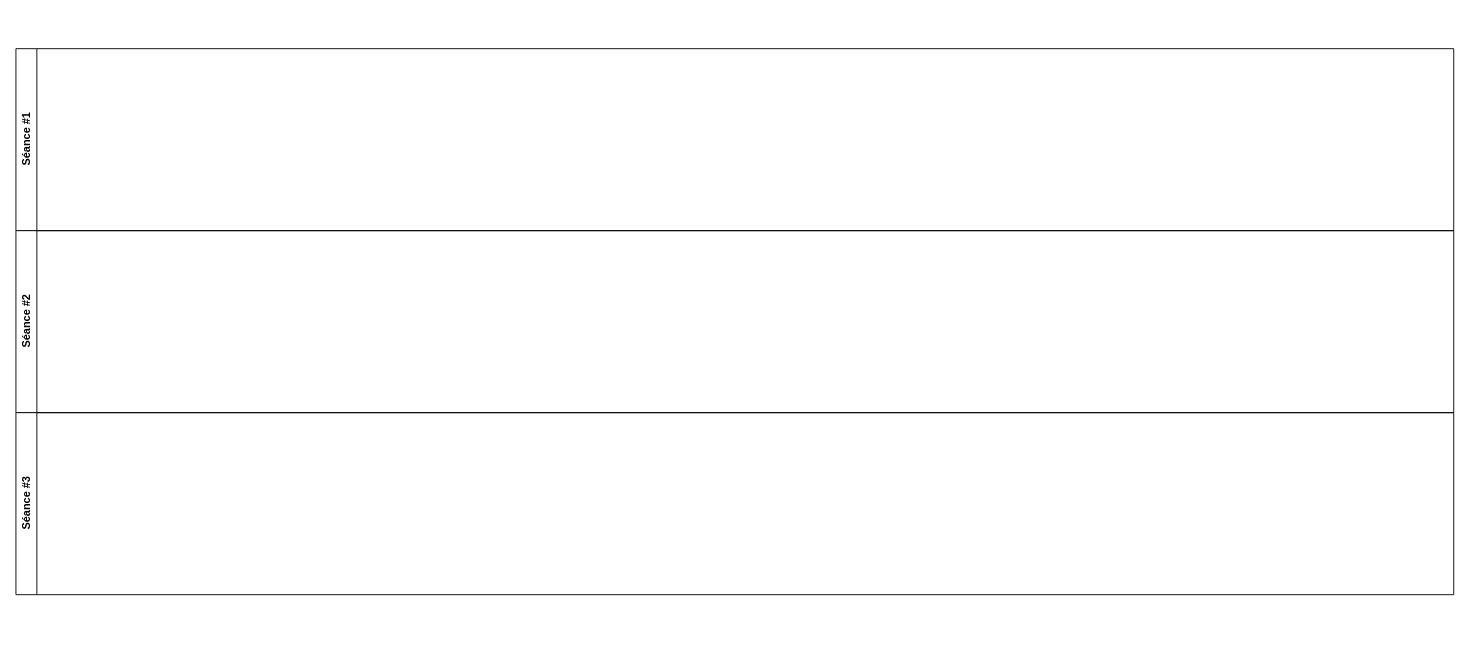
Fabrice-64/Drawings keeps this draw.io diagram as page "Economie des séances" (3 of 3) of Cours IA et RH.drawio. Above is the earlier version. Source tidied: cells renumbered, new cells numbered last; positions are measured from the earlier drawing's top-left corner, leaving out a move shared by most shapes. Both pictures are drawn from the tidied source at 91%, with x=0, y=0 at pixel (15, 48).
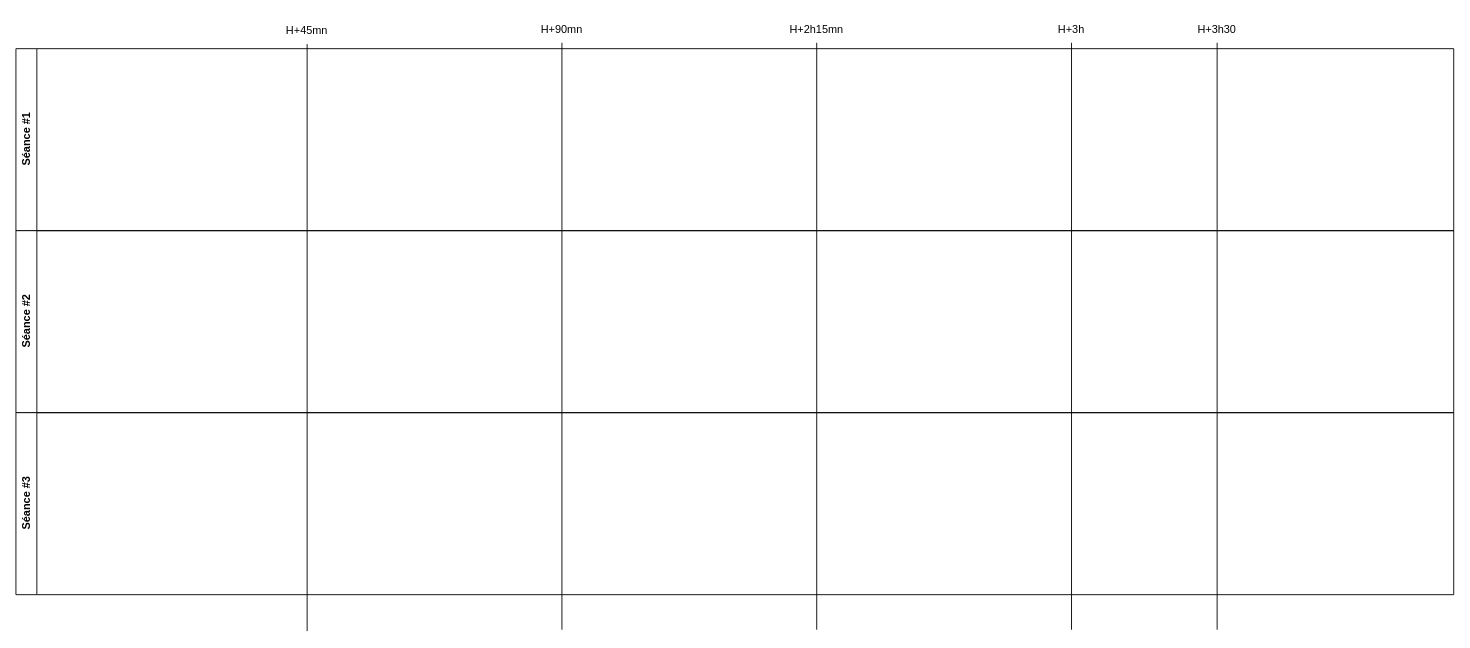
Above is the later version.

What changed in the source:
```diff
@@
 <mxGraphModel>
   <root>
     <mxCell id="0" />
     <mxCell id="1" parent="0" />
     <mxCell id="2" value="Séance #1" style="swimlane;horizontal=0;whiteSpace=wrap;html=1;" parent="1" vertex="1">
       <mxGeometry width="1580" height="200" as="geometry" />
     </mxCell>
+    <mxCell id="5" style="endArrow=none;html=1;rounded=0;" parent="2" edge="1" target="6">
+      <mxGeometry relative="1" as="geometry">
+        <mxPoint x="600" y="638.5" as="sourcePoint" />
+      </mxGeometry>
+    </mxCell>
+    <mxCell id="6" value="H+90mn" style="text;html=1;align=center;verticalAlign=middle;whiteSpace=wrap;rounded=0;" parent="2" vertex="1">
+      <mxGeometry x="570" y="-36.5" width="60" height="30" as="geometry" />
+    </mxCell>
+    <mxCell id="7" style="endArrow=none;html=1;rounded=0;" parent="2" edge="1" target="8">
+      <mxGeometry relative="1" as="geometry">
+        <mxPoint x="880" y="638.5" as="sourcePoint" />
+      </mxGeometry>
+    </mxCell>
+    <mxCell id="8" value="H+2h15mn" style="text;html=1;align=center;verticalAlign=middle;whiteSpace=wrap;rounded=0;" parent="2" vertex="1">
+      <mxGeometry x="850" y="-36.5" width="60" height="30" as="geometry" />
+    </mxCell>
+    <mxCell id="9" value="H+3h" style="text;html=1;align=center;verticalAlign=middle;whiteSpace=wrap;rounded=0;" parent="2" vertex="1">
+      <mxGeometry x="1130" y="-36.5" width="60" height="30" as="geometry" />
+    </mxCell>
+    <mxCell id="10" style="endArrow=none;html=1;rounded=0;" parent="2" edge="1" target="9">
+      <mxGeometry relative="1" as="geometry">
+        <mxPoint x="1160" y="638.5" as="sourcePoint" />
+      </mxGeometry>
+    </mxCell>
+    <mxCell id="11" value="H+3h30" style="text;html=1;align=center;verticalAlign=middle;whiteSpace=wrap;rounded=0;" parent="2" vertex="1">
+      <mxGeometry x="1290" y="-36.5" width="60" height="30" as="geometry" />
+    </mxCell>
+    <mxCell id="12" style="endArrow=none;html=1;rounded=0;" parent="2" edge="1" target="11">
+      <mxGeometry relative="1" as="geometry">
+        <mxPoint x="1320" y="638.5" as="sourcePoint" />
+      </mxGeometry>
+    </mxCell>
     <mxCell id="3" value="Séance #2" style="swimlane;horizontal=0;whiteSpace=wrap;html=1;" parent="1" vertex="1">
       <mxGeometry y="200" width="1580" height="200" as="geometry" />
     </mxCell>
     <mxCell id="4" value="Séance #3" style="swimlane;horizontal=0;whiteSpace=wrap;html=1;" parent="1" vertex="1">
       <mxGeometry y="400" width="1580" height="200" as="geometry" />
     </mxCell>
+    <mxCell id="13" style="endArrow=none;html=1;rounded=0;" parent="1" edge="1" target="14">
+      <mxGeometry relative="1" as="geometry">
+        <mxPoint x="320" y="640" as="sourcePoint" />
+      </mxGeometry>
+    </mxCell>
+    <mxCell id="14" value="H+45mn" style="text;html=1;align=center;verticalAlign=middle;whiteSpace=wrap;rounded=0;" parent="1" vertex="1">
+      <mxGeometry x="290" y="-35" width="60" height="30" as="geometry" />
+    </mxCell>
   </root>
 </mxGraphModel>
```
